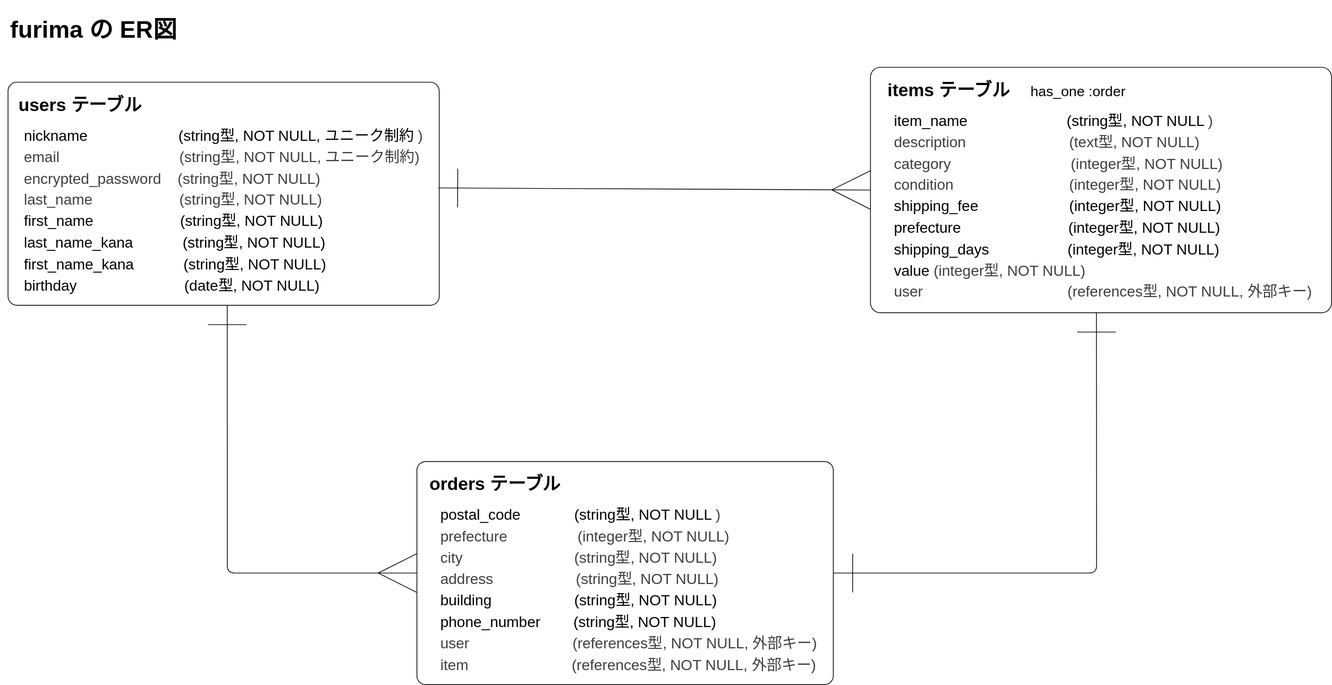
ryeonthesulfur/furima-47225 keeps this draw.io diagram as er-diagram.drawio.svg. Above is the earlier version. Source tidied: cells renumbered, new cells last; positions are measured from the earlier drawing's top-left corner, leaving out a move shared by most shapes.
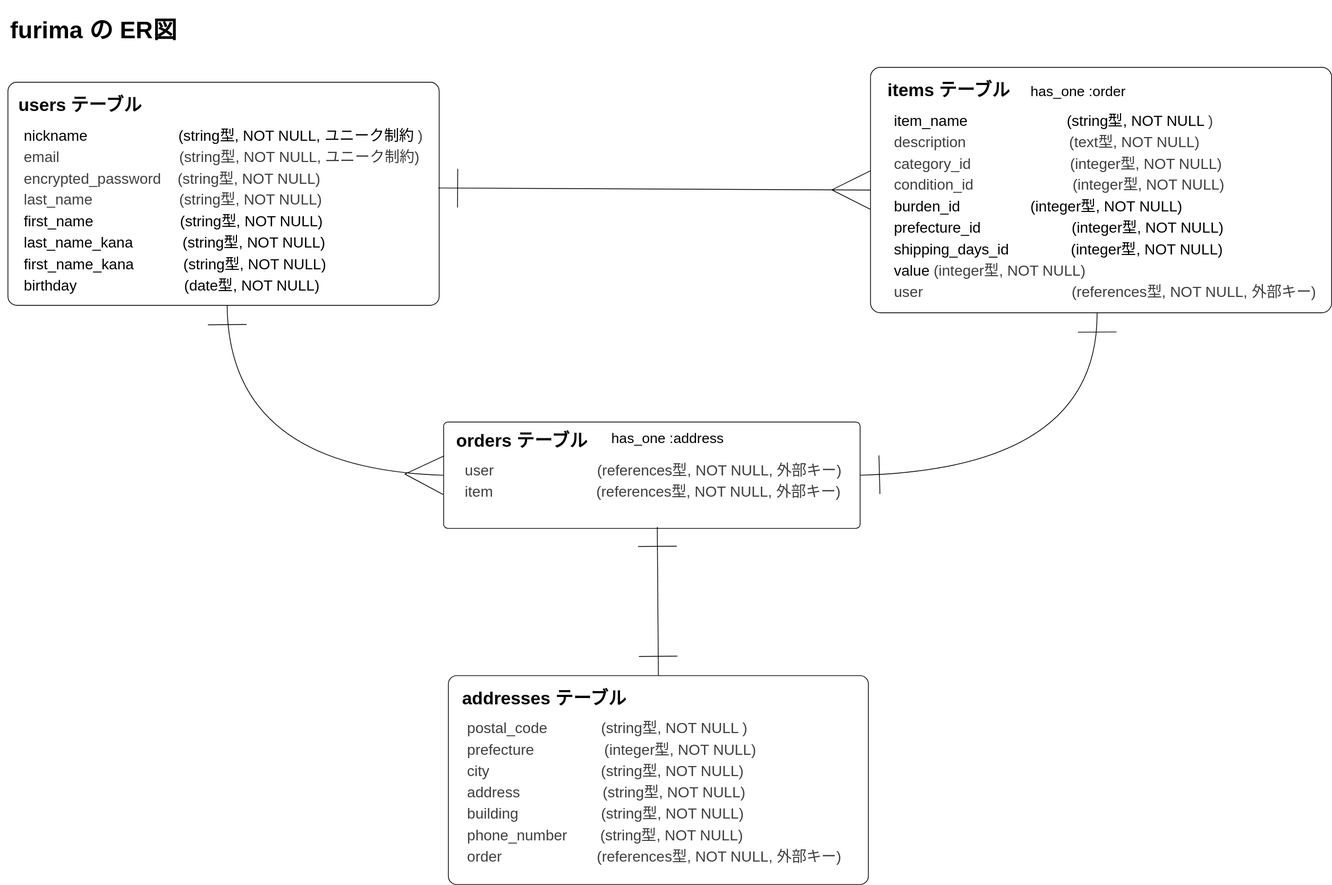
After the commit.

Commit message:
DB設計　修正版　4月14日

READMEとER図の修正

The edit, as a diff of the source:
```diff
@@ -13,3 +13,3 @@
     </mxCell>
-    <mxCell id="5" value="&lt;span style=&quot;font-weight: normal;&quot;&gt;&lt;font style=&quot;font-size: 20px;&quot;&gt;item_name&amp;nbsp; &amp;nbsp; &amp;nbsp; &amp;nbsp; &amp;nbsp; &amp;nbsp; &amp;nbsp; &amp;nbsp; &amp;nbsp; &amp;nbsp; &amp;nbsp; &amp;nbsp; (string型, NOT NULL&lt;/font&gt;&lt;/span&gt;&lt;span style=&quot;color: rgb(63, 63, 63); font-size: 20px; font-weight: normal; background-color: transparent;&quot;&gt;)&lt;/span&gt;&lt;div&gt;&lt;span style=&quot;color: rgb(63, 63, 63); font-size: 20px; font-weight: normal; background-color: transparent;&quot;&gt;description&amp;nbsp; &amp;nbsp; &amp;nbsp; &amp;nbsp; &amp;nbsp; &amp;nbsp; &amp;nbsp; &amp;nbsp; &amp;nbsp; &amp;nbsp; &amp;nbsp; &amp;nbsp; &amp;nbsp;(text型, NOT NULL)&lt;/span&gt;&lt;/div&gt;&lt;div&gt;&lt;span style=&quot;color: rgb(63, 63, 63); font-size: 20px; font-weight: normal; background-color: transparent;&quot;&gt;category&amp;nbsp; &amp;nbsp; &amp;nbsp; &amp;nbsp; &amp;nbsp; &amp;nbsp; &amp;nbsp; &amp;nbsp; &amp;nbsp; &amp;nbsp; &amp;nbsp; &amp;nbsp; &amp;nbsp; &amp;nbsp; &amp;nbsp;(integer型, NOT NULL)&lt;/span&gt;&lt;/div&gt;&lt;div&gt;&lt;span style=&quot;color: rgb(63, 63, 63); font-size: 20px; font-weight: normal; background-color: transparent;&quot;&gt;condition&amp;nbsp; &amp;nbsp; &amp;nbsp; &amp;nbsp; &amp;nbsp; &amp;nbsp; &amp;nbsp; &amp;nbsp; &amp;nbsp; &amp;nbsp; &amp;nbsp; &amp;nbsp; &amp;nbsp; &amp;nbsp; (integer型, NOT NULL)&lt;/span&gt;&lt;/div&gt;&lt;div&gt;&lt;span style=&quot;font-size: 20px; font-weight: 400;&quot;&gt;shipping_fee&amp;nbsp; &amp;nbsp; &amp;nbsp; &amp;nbsp; &amp;nbsp; &amp;nbsp; &amp;nbsp; &amp;nbsp; &amp;nbsp; &amp;nbsp; &amp;nbsp; (integer型, NOT NULL)&lt;/span&gt;&lt;/div&gt;&lt;div&gt;&lt;span style=&quot;font-size: 20px; font-weight: 400;&quot;&gt;prefecture&amp;nbsp; &amp;nbsp; &amp;nbsp; &amp;nbsp; &amp;nbsp; &amp;nbsp; &amp;nbsp; &amp;nbsp; &amp;nbsp; &amp;nbsp; &amp;nbsp; &amp;nbsp; &amp;nbsp; (integer型, NOT NULL)&lt;/span&gt;&lt;/div&gt;&lt;div&gt;&lt;span style=&quot;font-size: 20px; font-weight: 400;&quot;&gt;shipping_days&amp;nbsp; &amp;nbsp; &amp;nbsp; &amp;nbsp; &amp;nbsp; &amp;nbsp; &amp;nbsp; &amp;nbsp; &amp;nbsp; &amp;nbsp;(integer型, NOT NULL)&lt;/span&gt;&lt;/div&gt;&lt;div&gt;&lt;span style=&quot;font-size: 20px; font-weight: 400;&quot;&gt;value&amp;nbsp; &amp;nbsp; &amp;nbsp; &amp;nbsp; &amp;nbsp; &amp;nbsp; &amp;nbsp; &amp;nbsp; &amp;nbsp; &amp;nbsp; &amp;nbsp; &amp;nbsp; &amp;nbsp; &amp;nbsp; &amp;nbsp; &amp;nbsp; &amp;nbsp;&amp;nbsp;&lt;/span&gt;&lt;span style=&quot;color: rgb(63, 63, 63); font-size: 20px; font-weight: 400; background-color: transparent;&quot;&gt;(integer型, NOT NULL)&lt;/span&gt;&lt;/div&gt;&lt;div&gt;&lt;span style=&quot;color: rgb(63, 63, 63); font-size: 20px; font-weight: 400; background-color: transparent;&quot;&gt;user&amp;nbsp; &amp;nbsp; &amp;nbsp; &amp;nbsp; &amp;nbsp; &amp;nbsp; &amp;nbsp; &amp;nbsp; &amp;nbsp; &amp;nbsp; &amp;nbsp; &amp;nbsp; &amp;nbsp; &amp;nbsp; &amp;nbsp; &amp;nbsp; &amp;nbsp; &amp;nbsp;(references型, NOT NULL, 外部キー)&lt;/span&gt;&lt;/div&gt;" style="text;strokeColor=none;fillColor=none;html=1;fontSize=24;fontStyle=1;verticalAlign=top;align=left;" parent="3" vertex="1">
+    <mxCell id="5" value="&lt;span style=&quot;font-weight: normal;&quot;&gt;&lt;font style=&quot;font-size: 20px;&quot;&gt;item_name&amp;nbsp; &amp;nbsp; &amp;nbsp; &amp;nbsp; &amp;nbsp; &amp;nbsp; &amp;nbsp; &amp;nbsp; &amp;nbsp; &amp;nbsp; &amp;nbsp; &amp;nbsp; (string型, NOT NULL&lt;/font&gt;&lt;/span&gt;&lt;span style=&quot;color: rgb(63, 63, 63); font-size: 20px; font-weight: normal; background-color: transparent;&quot;&gt;)&lt;/span&gt;&lt;div&gt;&lt;span style=&quot;color: rgb(63, 63, 63); font-size: 20px; font-weight: normal; background-color: transparent;&quot;&gt;description&amp;nbsp; &amp;nbsp; &amp;nbsp; &amp;nbsp; &amp;nbsp; &amp;nbsp; &amp;nbsp; &amp;nbsp; &amp;nbsp; &amp;nbsp; &amp;nbsp; &amp;nbsp; &amp;nbsp;(text型, NOT NULL)&lt;/span&gt;&lt;/div&gt;&lt;div&gt;&lt;span style=&quot;color: rgb(63, 63, 63); font-size: 20px; font-weight: normal; background-color: transparent;&quot;&gt;category_id&amp;nbsp; &amp;nbsp; &amp;nbsp; &amp;nbsp; &amp;nbsp; &amp;nbsp; &amp;nbsp; &amp;nbsp; &amp;nbsp; &amp;nbsp; &amp;nbsp; &amp;nbsp; (integer型, NOT NULL)&lt;/span&gt;&lt;/div&gt;&lt;div&gt;&lt;span style=&quot;color: rgb(63, 63, 63); font-size: 20px; font-weight: normal; background-color: transparent;&quot;&gt;condition_id&amp;nbsp; &amp;nbsp; &amp;nbsp; &amp;nbsp; &amp;nbsp; &amp;nbsp; &amp;nbsp; &amp;nbsp; &amp;nbsp; &amp;nbsp; &amp;nbsp; &amp;nbsp; (integer型, NOT NULL)&lt;/span&gt;&lt;/div&gt;&lt;div&gt;&lt;span style=&quot;font-size: 20px; font-weight: 400;&quot;&gt;burden_id&amp;nbsp; &amp;nbsp; &amp;nbsp; &amp;nbsp; &amp;nbsp; &amp;nbsp; &amp;nbsp; &amp;nbsp; &amp;nbsp;(integer型, NOT NULL)&lt;/span&gt;&lt;/div&gt;&lt;div&gt;&lt;span style=&quot;font-size: 20px; font-weight: 400;&quot;&gt;prefecture_id&amp;nbsp; &amp;nbsp; &amp;nbsp; &amp;nbsp; &amp;nbsp; &amp;nbsp; &amp;nbsp; &amp;nbsp; &amp;nbsp; &amp;nbsp; &amp;nbsp; (integer型, NOT NULL)&lt;/span&gt;&lt;/div&gt;&lt;div&gt;&lt;span style=&quot;font-size: 20px; font-weight: 400;&quot;&gt;shipping_days_id&amp;nbsp; &amp;nbsp; &amp;nbsp; &amp;nbsp; &amp;nbsp; &amp;nbsp; &amp;nbsp; &amp;nbsp;(integer型, NOT NULL)&lt;/span&gt;&lt;/div&gt;&lt;div&gt;&lt;span style=&quot;font-size: 20px; font-weight: 400;&quot;&gt;value&amp;nbsp; &amp;nbsp; &amp;nbsp; &amp;nbsp; &amp;nbsp; &amp;nbsp; &amp;nbsp; &amp;nbsp; &amp;nbsp; &amp;nbsp; &amp;nbsp; &amp;nbsp; &amp;nbsp; &amp;nbsp; &amp;nbsp; &amp;nbsp; &amp;nbsp; &lt;/span&gt;&lt;span style=&quot;color: rgb(63, 63, 63); font-size: 20px; font-weight: 400; background-color: transparent;&quot;&gt;(integer型, NOT NULL)&lt;/span&gt;&lt;/div&gt;&lt;div&gt;&lt;span style=&quot;color: rgb(63, 63, 63); font-size: 20px; font-weight: 400; background-color: transparent;&quot;&gt;user&amp;nbsp; &amp;nbsp; &amp;nbsp; &amp;nbsp; &amp;nbsp; &amp;nbsp; &amp;nbsp; &amp;nbsp; &amp;nbsp; &amp;nbsp; &amp;nbsp; &amp;nbsp; &amp;nbsp; &amp;nbsp; &amp;nbsp; &amp;nbsp; &amp;nbsp; &amp;nbsp; (references型, NOT NULL, 外部キー)&lt;/span&gt;&lt;/div&gt;" style="text;strokeColor=none;fillColor=none;html=1;fontSize=24;fontStyle=1;verticalAlign=top;align=left;" parent="3" vertex="1">
       <mxGeometry x="30" y="50" width="547.5" height="280" as="geometry" />
@@ -35,17 +35,20 @@
     <mxCell id="12" style="group;" parent="1" vertex="1">
-      <mxGeometry x="560" y="620" width="577.5" height="300" as="geometry" />
+      <mxGeometry x="596" y="567" width="577.5" height="143" as="geometry" />
     </mxCell>
     <mxCell id="13" style="rounded=1;whiteSpace=wrap;html=1;align=left;arcSize=4;" parent="12" vertex="1">
-      <mxGeometry width="560" height="300" as="geometry" />
+      <mxGeometry width="560" height="143" as="geometry" />
     </mxCell>
-    <mxCell id="14" value="&lt;span style=&quot;font-weight: normal;&quot;&gt;&lt;font style=&quot;font-size: 20px;&quot;&gt;postal_code&amp;nbsp; &amp;nbsp; &amp;nbsp; &amp;nbsp; &amp;nbsp; &amp;nbsp; &amp;nbsp;(string型, NOT NULL&lt;/font&gt;&lt;/span&gt;&lt;span style=&quot;color: rgb(63, 63, 63); font-size: 20px; font-weight: normal; background-color: transparent;&quot;&gt;)&lt;/span&gt;&lt;div&gt;&lt;span style=&quot;color: rgb(63, 63, 63); font-size: 20px; font-weight: normal; background-color: transparent;&quot;&gt;prefecture&amp;nbsp; &amp;nbsp; &amp;nbsp; &amp;nbsp; &amp;nbsp; &amp;nbsp; &amp;nbsp; &amp;nbsp; &amp;nbsp;(integer型, NOT NULL)&lt;/span&gt;&lt;/div&gt;&lt;div&gt;&lt;span style=&quot;color: rgb(63, 63, 63); font-size: 20px; font-weight: normal; background-color: transparent;&quot;&gt;city&amp;nbsp; &amp;nbsp; &amp;nbsp; &amp;nbsp; &amp;nbsp; &amp;nbsp; &amp;nbsp; &amp;nbsp; &amp;nbsp; &amp;nbsp; &amp;nbsp; &amp;nbsp; &amp;nbsp; &amp;nbsp;(string型, NOT NULL)&lt;/span&gt;&lt;/div&gt;&lt;div&gt;&lt;span style=&quot;color: rgb(63, 63, 63); font-size: 20px; font-weight: normal; background-color: transparent;&quot;&gt;address&amp;nbsp; &amp;nbsp; &amp;nbsp; &amp;nbsp; &amp;nbsp; &amp;nbsp; &amp;nbsp; &amp;nbsp; &amp;nbsp; &amp;nbsp; (string型, NOT NULL)&lt;/span&gt;&lt;/div&gt;&lt;div&gt;&lt;span style=&quot;font-size: 20px; font-weight: 400;&quot;&gt;building&amp;nbsp; &amp;nbsp; &amp;nbsp; &amp;nbsp; &amp;nbsp; &amp;nbsp; &amp;nbsp; &amp;nbsp; &amp;nbsp; &amp;nbsp; (string型, NOT NULL)&lt;/span&gt;&lt;/div&gt;&lt;div&gt;&lt;span style=&quot;font-size: 20px; font-weight: 400;&quot;&gt;phone_number&amp;nbsp; &amp;nbsp; &amp;nbsp; &amp;nbsp; (string型, NOT NULL)&lt;/span&gt;&lt;/div&gt;&lt;div&gt;&lt;span style=&quot;color: rgb(63, 63, 63); font-size: 20px; font-weight: 400; background-color: transparent;&quot;&gt;user&amp;nbsp; &amp;nbsp; &amp;nbsp; &amp;nbsp; &amp;nbsp; &amp;nbsp; &amp;nbsp; &amp;nbsp; &amp;nbsp; &amp;nbsp; &amp;nbsp; &amp;nbsp; &amp;nbsp;(references型, NOT NULL, 外部キー)&lt;/span&gt;&lt;/div&gt;&lt;div&gt;&lt;span style=&quot;color: rgb(63, 63, 63); font-size: 20px; font-weight: 400; background-color: transparent;&quot;&gt;&lt;span style=&quot;color: rgb(63, 63, 63);&quot;&gt;item&amp;nbsp; &amp;nbsp; &amp;nbsp; &amp;nbsp; &amp;nbsp; &amp;nbsp; &amp;nbsp; &amp;nbsp; &amp;nbsp; &amp;nbsp; &amp;nbsp; &amp;nbsp; &amp;nbsp;(references型, NOT NULL, 外部キー)&lt;/span&gt;&lt;/span&gt;&lt;/div&gt;" style="text;strokeColor=none;fillColor=none;html=1;fontSize=24;fontStyle=1;verticalAlign=top;align=left;" parent="12" vertex="1">
-      <mxGeometry x="30" y="50" width="547.5" height="240" as="geometry" />
+    <mxCell id="14" value="&lt;div&gt;&lt;span style=&quot;color: rgb(63, 63, 63); font-size: 20px; font-weight: 400; background-color: transparent;&quot;&gt;user&amp;nbsp; &amp;nbsp; &amp;nbsp; &amp;nbsp; &amp;nbsp; &amp;nbsp; &amp;nbsp; &amp;nbsp; &amp;nbsp; &amp;nbsp; &amp;nbsp; &amp;nbsp; &amp;nbsp;(references型, NOT NULL, 外部キー)&lt;/span&gt;&lt;/div&gt;&lt;div&gt;&lt;span style=&quot;color: rgb(63, 63, 63); font-size: 20px; font-weight: 400; background-color: transparent;&quot;&gt;&lt;span style=&quot;color: rgb(63, 63, 63);&quot;&gt;item&amp;nbsp; &amp;nbsp; &amp;nbsp; &amp;nbsp; &amp;nbsp; &amp;nbsp; &amp;nbsp; &amp;nbsp; &amp;nbsp; &amp;nbsp; &amp;nbsp; &amp;nbsp; &amp;nbsp;(references型, NOT NULL, 外部キー)&lt;/span&gt;&lt;/span&gt;&lt;/div&gt;" style="text;strokeColor=none;fillColor=none;html=1;fontSize=24;fontStyle=1;verticalAlign=top;align=left;" parent="12" vertex="1">
+      <mxGeometry x="27" y="42.8" width="547.5" height="82" as="geometry" />
     </mxCell>
     <mxCell id="15" value="orders テーブル" style="text;strokeColor=none;fillColor=none;html=1;fontSize=24;fontStyle=1;verticalAlign=top;align=center;" parent="12" vertex="1">
-      <mxGeometry y="10" width="210" height="40" as="geometry" />
+      <mxGeometry y="4.8" width="210" height="19.1" as="geometry" />
     </mxCell>
+    <mxCell id="19" value="&lt;span style=&quot;font-weight: normal;&quot;&gt;&lt;font style=&quot;font-size: 19px;&quot;&gt;has_one :address&lt;/font&gt;&lt;/span&gt;" style="text;strokeColor=none;fillColor=none;html=1;fontSize=24;fontStyle=1;verticalAlign=top;align=center;" parent="12" vertex="1">
+      <mxGeometry x="195.8" width="210" height="45" as="geometry" />
+    </mxCell>
-    <mxCell id="16" style="edgeStyle=none;html=1;entryX=0;entryY=0.5;entryDx=0;entryDy=0;endArrow=ERmany;endFill=0;strokeWidth=1;endSize=50;startArrow=ERone;startFill=0;sourcePerimeterSpacing=0;exitX=0.5;exitY=1;exitDx=0;exitDy=0;startSize=50;" parent="1" edge="1" source="11" target="13">
+    <mxCell id="16" style="edgeStyle=none;html=1;entryX=0;entryY=0.5;entryDx=0;entryDy=0;endArrow=ERmany;endFill=0;strokeWidth=1;endSize=50;startArrow=ERone;startFill=0;sourcePerimeterSpacing=0;exitX=0.5;exitY=1;exitDx=0;exitDy=0;startSize=50;rounded=0;curved=1;" parent="1" edge="1" source="11" target="13">
       <mxGeometry relative="1" as="geometry">
         <Array as="points">
-          <mxPoint x="305" y="770" />
+          <mxPoint x="307" y="630" />
         </Array>
@@ -56,6 +59,6 @@
     </mxCell>
-    <mxCell id="18" style="edgeStyle=none;html=1;entryX=1;entryY=0.5;entryDx=0;entryDy=0;startArrow=ERone;startFill=0;endArrow=ERone;endFill=0;endSize=50;startSize=50;" parent="1" edge="1" source="5" target="13">
+    <mxCell id="18" style="edgeStyle=none;html=1;entryX=1;entryY=0.5;entryDx=0;entryDy=0;startArrow=ERone;startFill=0;endArrow=ERone;endFill=0;endSize=50;startSize=50;rounded=0;curved=1;" parent="1" edge="1" source="5" target="13">
       <mxGeometry relative="1" as="geometry">
         <Array as="points">
-          <mxPoint x="1474" y="770" />
+          <mxPoint x="1476" y="630" />
         </Array>
@@ -63,2 +66,17 @@
     </mxCell>
+    <mxCell id="20" style="group;" parent="1" vertex="1">
+      <mxGeometry x="602.4" y="908" width="564.8" height="281" as="geometry" />
+    </mxCell>
+    <mxCell id="21" style="rounded=1;whiteSpace=wrap;html=1;align=left;arcSize=4;" parent="20" vertex="1">
+      <mxGeometry width="564.8" height="281" as="geometry" />
+    </mxCell>
+    <mxCell id="22" value="addresses テーブル" style="text;strokeColor=none;fillColor=none;html=1;fontSize=24;fontStyle=1;verticalAlign=top;align=center;" parent="20" vertex="1">
+      <mxGeometry x="-25.2" y="10" width="307.6" height="49.1" as="geometry" />
+    </mxCell>
+    <mxCell id="23" value="&lt;span style=&quot;forced-color-adjust: none; color: rgb(63, 63, 63); scrollbar-color: rgb(226, 226, 226) rgb(251, 251, 251); font-family: Helvetica; font-size: 24px; font-style: normal; font-variant-ligatures: normal; font-variant-caps: normal; letter-spacing: normal; orphans: 2; text-align: left; text-indent: 0px; text-transform: none; widows: 2; word-spacing: 0px; -webkit-text-stroke-width: 0px; white-space: nowrap; background-color: rgb(255, 255, 255); text-decoration-thickness: initial; text-decoration-style: initial; text-decoration-color: initial; font-weight: normal;&quot;&gt;&lt;font style=&quot;forced-color-adjust: none; color: rgb(63, 63, 63); scrollbar-color: rgb(226, 226, 226) rgb(251, 251, 251); font-size: 20px;&quot;&gt;postal_code&amp;nbsp; &amp;nbsp; &amp;nbsp; &amp;nbsp; &amp;nbsp; &amp;nbsp; &amp;nbsp;(string型, NOT NULL&lt;/font&gt;&lt;/span&gt;&lt;span style=&quot;forced-color-adjust: none; color: rgb(63, 63, 63); scrollbar-color: rgb(226, 226, 226) rgb(251, 251, 251); font-family: Helvetica; font-style: normal; font-variant-ligatures: normal; font-variant-caps: normal; letter-spacing: normal; orphans: 2; text-align: left; text-indent: 0px; text-transform: none; widows: 2; word-spacing: 0px; -webkit-text-stroke-width: 0px; white-space: nowrap; background-color: transparent; text-decoration-thickness: initial; text-decoration-style: initial; text-decoration-color: initial; font-size: 20px; font-weight: normal;&quot;&gt;)&lt;/span&gt;&lt;div style=&quot;forced-color-adjust: none; color: rgb(63, 63, 63); scrollbar-color: rgb(226, 226, 226) rgb(251, 251, 251); font-family: Helvetica; font-size: 24px; font-style: normal; font-variant-ligatures: normal; font-variant-caps: normal; font-weight: 700; letter-spacing: normal; orphans: 2; text-align: left; text-indent: 0px; text-transform: none; widows: 2; word-spacing: 0px; -webkit-text-stroke-width: 0px; white-space: nowrap; background-color: rgb(255, 255, 255); text-decoration-thickness: initial; text-decoration-style: initial; text-decoration-color: initial;&quot;&gt;&lt;span style=&quot;forced-color-adjust: none; color: rgb(63, 63, 63); scrollbar-color: rgb(226, 226, 226) rgb(251, 251, 251); font-size: 20px; font-weight: normal; background-color: transparent;&quot;&gt;prefecture&amp;nbsp; &amp;nbsp; &amp;nbsp; &amp;nbsp; &amp;nbsp; &amp;nbsp; &amp;nbsp; &amp;nbsp; &amp;nbsp;(integer型, NOT NULL)&lt;/span&gt;&lt;/div&gt;&lt;div style=&quot;forced-color-adjust: none; color: rgb(63, 63, 63); scrollbar-color: rgb(226, 226, 226) rgb(251, 251, 251); font-family: Helvetica; font-size: 24px; font-style: normal; font-variant-ligatures: normal; font-variant-caps: normal; font-weight: 700; letter-spacing: normal; orphans: 2; text-align: left; text-indent: 0px; text-transform: none; widows: 2; word-spacing: 0px; -webkit-text-stroke-width: 0px; white-space: nowrap; background-color: rgb(255, 255, 255); text-decoration-thickness: initial; text-decoration-style: initial; text-decoration-color: initial;&quot;&gt;&lt;span style=&quot;forced-color-adjust: none; color: rgb(63, 63, 63); scrollbar-color: rgb(226, 226, 226) rgb(251, 251, 251); font-size: 20px; font-weight: normal; background-color: transparent;&quot;&gt;city&amp;nbsp; &amp;nbsp; &amp;nbsp; &amp;nbsp; &amp;nbsp; &amp;nbsp; &amp;nbsp; &amp;nbsp; &amp;nbsp; &amp;nbsp; &amp;nbsp; &amp;nbsp; &amp;nbsp; &amp;nbsp;(string型, NOT NULL)&lt;/span&gt;&lt;/div&gt;&lt;div style=&quot;forced-color-adjust: none; color: rgb(63, 63, 63); scrollbar-color: rgb(226, 226, 226) rgb(251, 251, 251); font-family: Helvetica; font-size: 24px; font-style: normal; font-variant-ligatures: normal; font-variant-caps: normal; font-weight: 700; letter-spacing: normal; orphans: 2; text-align: left; text-indent: 0px; text-transform: none; widows: 2; word-spacing: 0px; -webkit-text-stroke-width: 0px; white-space: nowrap; background-color: rgb(255, 255, 255); text-decoration-thickness: initial; text-decoration-style: initial; text-decoration-color: initial;&quot;&gt;&lt;span style=&quot;forced-color-adjust: none; color: rgb(63, 63, 63); scrollbar-color: rgb(226, 226, 226) rgb(251, 251, 251); font-size: 20px; font-weight: normal; background-color: transparent;&quot;&gt;address&amp;nbsp; &amp;nbsp; &amp;nbsp; &amp;nbsp; &amp;nbsp; &amp;nbsp; &amp;nbsp; &amp;nbsp; &amp;nbsp; &amp;nbsp; (string型, NOT NULL)&lt;/span&gt;&lt;/div&gt;&lt;div style=&quot;forced-color-adjust: none; color: rgb(63, 63, 63); scrollbar-color: rgb(226, 226, 226) rgb(251, 251, 251); font-family: Helvetica; font-size: 24px; font-style: normal; font-variant-ligatures: normal; font-variant-caps: normal; font-weight: 700; letter-spacing: normal; orphans: 2; text-align: left; text-indent: 0px; text-transform: none; widows: 2; word-spacing: 0px; -webkit-text-stroke-width: 0px; white-space: nowrap; background-color: rgb(255, 255, 255); text-decoration-thickness: initial; text-decoration-style: initial; text-decoration-color: initial;&quot;&gt;&lt;span style=&quot;forced-color-adjust: none; color: rgb(63, 63, 63); scrollbar-color: rgb(226, 226, 226) rgb(251, 251, 251); font-size: 20px; font-weight: 400;&quot;&gt;building&amp;nbsp; &amp;nbsp; &amp;nbsp; &amp;nbsp; &amp;nbsp; &amp;nbsp; &amp;nbsp; &amp;nbsp; &amp;nbsp; &amp;nbsp; (string型, NOT NULL)&lt;/span&gt;&lt;/div&gt;&lt;div style=&quot;forced-color-adjust: none; color: rgb(63, 63, 63); scrollbar-color: rgb(226, 226, 226) rgb(251, 251, 251); font-family: Helvetica; font-size: 24px; font-style: normal; font-variant-ligatures: normal; font-variant-caps: normal; font-weight: 700; letter-spacing: normal; orphans: 2; text-align: left; text-indent: 0px; text-transform: none; widows: 2; word-spacing: 0px; -webkit-text-stroke-width: 0px; white-space: nowrap; background-color: rgb(255, 255, 255); text-decoration-thickness: initial; text-decoration-style: initial; text-decoration-color: initial;&quot;&gt;&lt;span style=&quot;forced-color-adjust: none; color: rgb(63, 63, 63); scrollbar-color: rgb(226, 226, 226) rgb(251, 251, 251); font-size: 20px; font-weight: 400;&quot;&gt;phone_number&amp;nbsp; &amp;nbsp; &amp;nbsp; &amp;nbsp; (string型, NOT NULL)&lt;/span&gt;&lt;/div&gt;&lt;div style=&quot;forced-color-adjust: none; color: rgb(63, 63, 63); scrollbar-color: rgb(226, 226, 226) rgb(251, 251, 251); font-family: Helvetica; font-size: 24px; font-style: normal; font-variant-ligatures: normal; font-variant-caps: normal; font-weight: 700; letter-spacing: normal; orphans: 2; text-align: left; text-indent: 0px; text-transform: none; widows: 2; word-spacing: 0px; -webkit-text-stroke-width: 0px; white-space: nowrap; background-color: rgb(255, 255, 255); text-decoration-thickness: initial; text-decoration-style: initial; text-decoration-color: initial;&quot;&gt;&lt;span style=&quot;forced-color-adjust: none; color: rgb(63, 63, 63); scrollbar-color: rgb(226, 226, 226) rgb(251, 251, 251); font-size: 20px; font-weight: 400;&quot;&gt;order&amp;nbsp; &amp;nbsp; &amp;nbsp; &amp;nbsp; &amp;nbsp; &amp;nbsp; &amp;nbsp; &amp;nbsp; &amp;nbsp; &amp;nbsp; &amp;nbsp; &amp;nbsp;(references型, NOT NULL, 外部キー)&lt;/span&gt;&lt;/div&gt;" style="text;whiteSpace=wrap;html=1;" parent="20" vertex="1">
+      <mxGeometry x="23.8" y="49" width="522.6" height="214.9" as="geometry" />
+    </mxCell>
+    <mxCell id="24" style="edgeStyle=none;html=1;entryX=0.5;entryY=0;entryDx=0;entryDy=0;startArrow=ERone;startFill=0;endArrow=ERone;endFill=0;endSize=50;startSize=50;rounded=0;curved=1;exitX=0.513;exitY=0.987;exitDx=0;exitDy=0;exitPerimeter=0;" parent="1" edge="1" source="13" target="21">
+      <mxGeometry relative="1" as="geometry" />
+    </mxCell>
   </root>
```
